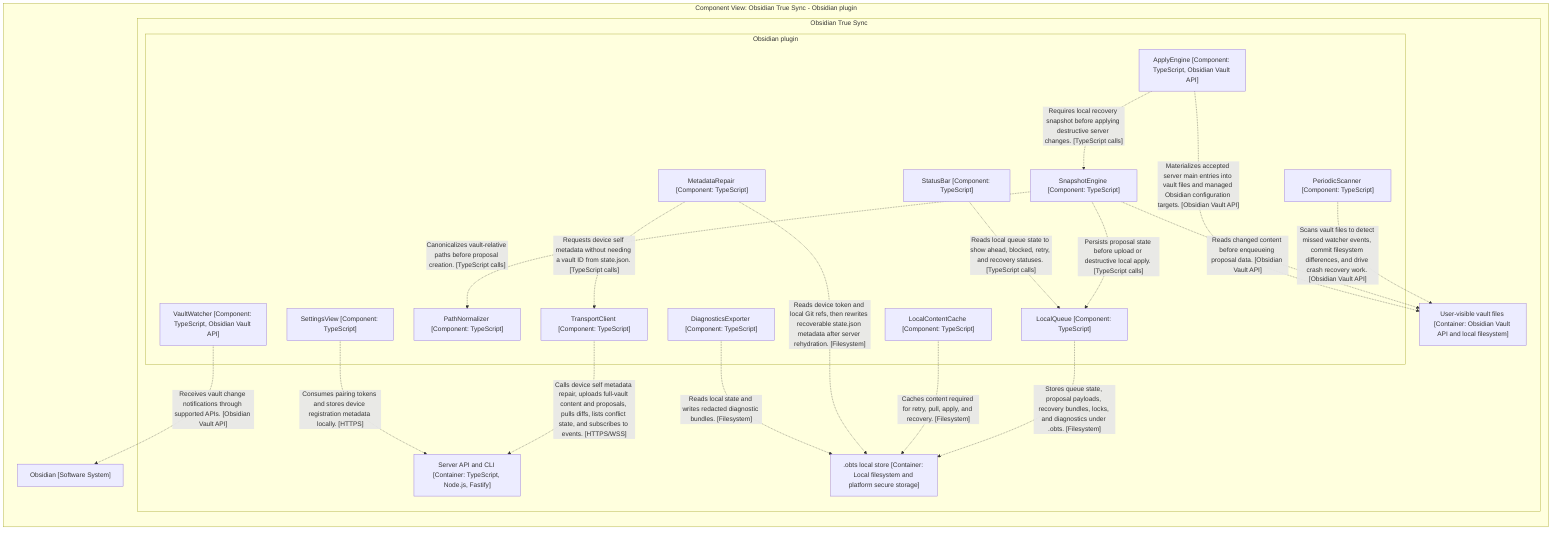
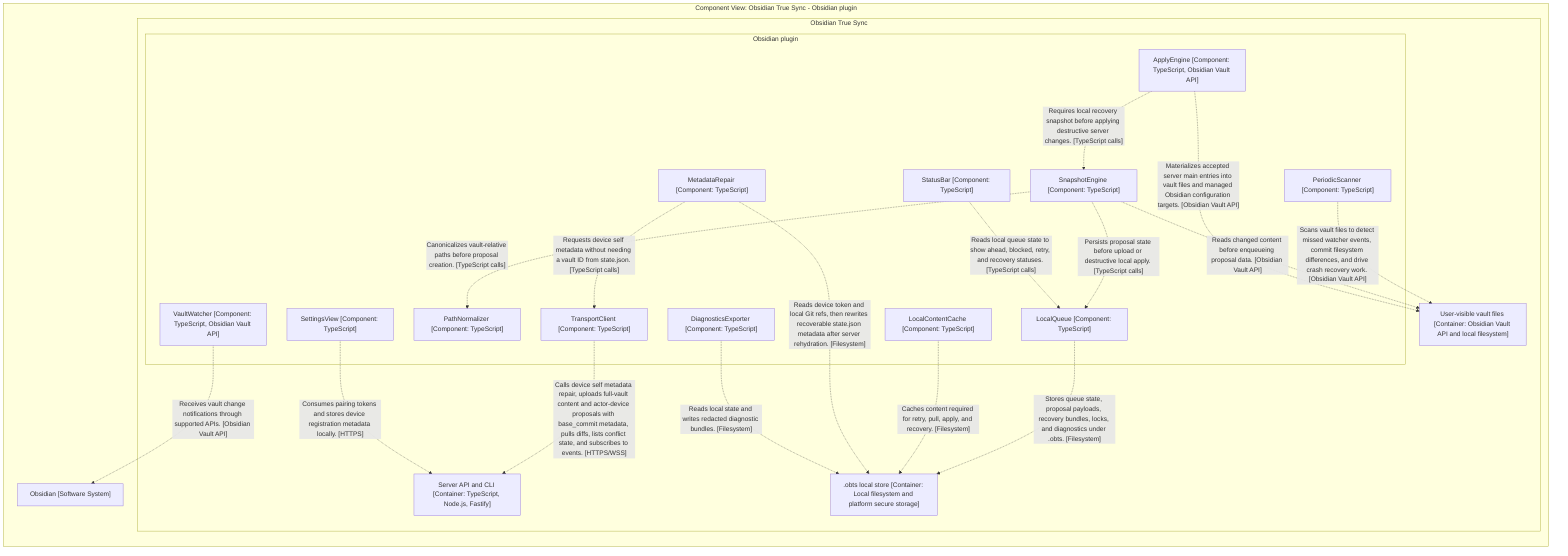
graph LR

  subgraph diagram ["Component View: Obsidian True Sync - Obsidian plugin"]

    4["Obsidian [Software System]"]

    subgraph 6 ["Obsidian True Sync"]

      subgraph 29 ["Obsidian plugin"]

        30["SettingsView [Component: TypeScript]"]
        31["StatusBar [Component: TypeScript]"]
        32["VaultWatcher [Component: TypeScript, Obsidian Vault API]"]
        33["PeriodicScanner [Component: TypeScript]"]
        34["PathNormalizer [Component: TypeScript]"]
        35["SnapshotEngine [Component: TypeScript]"]
        36["LocalQueue [Component: TypeScript]"]
        37["LocalContentCache [Component: TypeScript]"]
        38["MetadataRepair [Component: TypeScript]"]
        39["TransportClient [Component: TypeScript]"]
        40["ApplyEngine [Component: TypeScript, Obsidian Vault API]"]
        41["DiagnosticsExporter [Component: TypeScript]"]
      end

      42["User-visible vault files [Container: Obsidian Vault API and local filesystem]"]
      43[".obts local store [Container: Local filesystem and platform secure storage]"]
      7["Server API and CLI [Container: TypeScript, Node.js, Fastify]"]
    end

    32-. "Receives vault change notifications through supported APIs. [Obsidian Vault API]" .->4
    33-. "Scans vault files to detect missed watcher events, commit filesystem differences, and drive crash recovery work. [Obsidian Vault API]" .->42
    35-. "Canonicalizes vault-relative paths before proposal creation. [TypeScript calls]" .->34
    35-. "Reads changed content before enqueueing proposal data. [Obsidian Vault API]" .->42
    35-. "Persists proposal state before upload or destructive local apply. [TypeScript calls]" .->36
    36-. "Stores queue state, proposal payloads, recovery bundles, locks, and diagnostics under .obts. [Filesystem]" .->43
    37-. "Caches content required for retry, pull, apply, and recovery. [Filesystem]" .->43
    38-. "Reads device token and local Git refs, then rewrites recoverable state.json metadata after server rehydration. [Filesystem]" .->43
    38-. "Requests device self metadata without needing a vault ID from state.json. [TypeScript calls]" .->39
-     39-. "Calls device self metadata repair, uploads full-vault content and proposals, pulls diffs, lists conflict state, and subscribes to events. [HTTPS/WSS]" .->7
+     39-. "Calls device self metadata repair, uploads full-vault content and actor-device proposals with base_commit metadata, pulls diffs, lists conflict state, and subscribes to events. [HTTPS/WSS]" .->7
    40-. "Requires local recovery snapshot before applying destructive server changes. [TypeScript calls]" .->35
    40-. "Materializes accepted server main entries into vault files and managed Obsidian configuration targets. [Obsidian Vault API]" .->42
    31-. "Reads local queue state to show ahead, blocked, retry, and recovery statuses. [TypeScript calls]" .->36
    41-. "Reads local state and writes redacted diagnostic bundles. [Filesystem]" .->43
    30-. "Consumes pairing tokens and stores device registration metadata locally. [HTTPS]" .->7

  end
